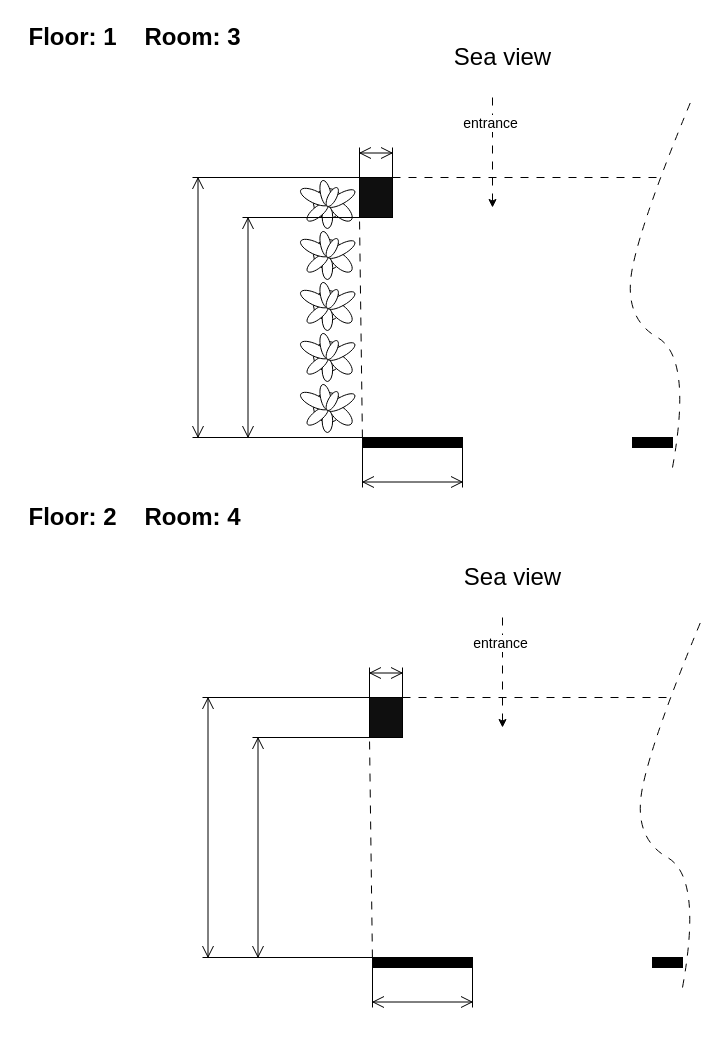
Before: Room 3-4.drawio in hdghg/heaven-balcony, a draw.io diagram. Source tidied: cells renumbered, new cells numbered last; positions are measured from the earlier drawing's top-left corner, leaving out a move shared by most shapes. Both pictures are drawn from the tidied source at 100%, with x=0, y=0 at pixel (22, 17).
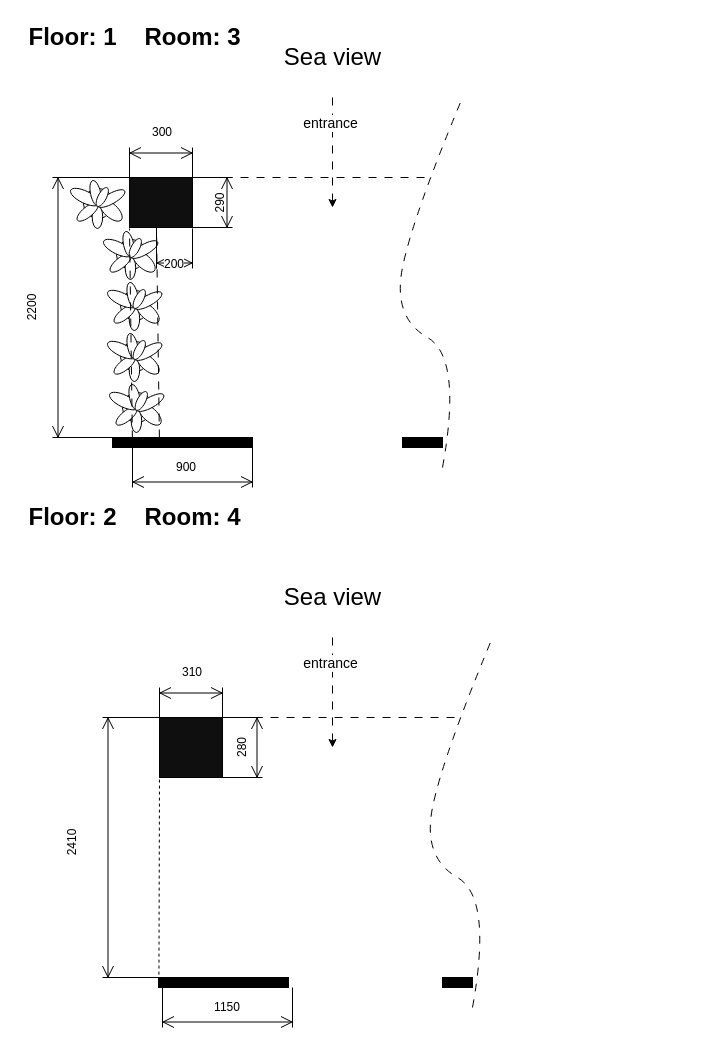
After the change.

The edit, as a diff of the source:
```diff
@@
-    <mxCell id="4" style="verticalLabelPosition=bottom;html=1;verticalAlign=top;align=center;shape=mxgraph.floorplan.plant;" parent="1" vertex="1">
-      <mxGeometry x="280" y="160" width="47" height="51" as="geometry" />
-    </mxCell>
-    <mxCell id="5" style="verticalLabelPosition=bottom;html=1;verticalAlign=top;align=center;shape=mxgraph.floorplan.wall;fillColor=strokeColor;" parent="1" vertex="1">
-      <mxGeometry x="610" y="420" width="40" height="10" as="geometry" />
-    </mxCell>
-    <mxCell id="6" style="verticalLabelPosition=bottom;html=1;verticalAlign=top;align=center;shape=mxgraph.floorplan.plant;" parent="1" vertex="1">
-      <mxGeometry x="280" y="262" width="47" height="51" as="geometry" />
-    </mxCell>
-    <mxCell id="7" style="verticalLabelPosition=bottom;html=1;verticalAlign=top;align=center;shape=mxgraph.floorplan.plant;" parent="1" vertex="1">
-      <mxGeometry x="280" y="211" width="47" height="51" as="geometry" />
-    </mxCell>
-    <mxCell id="8" style="verticalLabelPosition=bottom;html=1;verticalAlign=top;align=center;shape=mxgraph.floorplan.plant;" parent="1" vertex="1">
-      <mxGeometry x="280" y="313" width="47" height="51" as="geometry" />
-    </mxCell>
-    <mxCell id="9" style="verticalLabelPosition=bottom;html=1;verticalAlign=top;align=center;shape=mxgraph.floorplan.wall;fillColor=strokeColor;" parent="1" vertex="1">
-      <mxGeometry x="340" y="420" width="100" height="10" as="geometry" />
-    </mxCell>
-    <mxCell id="10" style="verticalLabelPosition=bottom;html=1;verticalAlign=top;align=center;shape=mxgraph.floorplan.plant;" parent="1" vertex="1">
-      <mxGeometry x="280" y="364" width="47" height="51" as="geometry" />
-    </mxCell>
-    <mxCell id="11" style="rounded=0;whiteSpace=wrap;html=1;fillColor=#0F0F0F;" parent="1" vertex="1">
-      <mxGeometry x="337" y="160" width="33" height="40" as="geometry" />
-    </mxCell>
-    <mxCell id="12" value="Sea view" style="text;strokeColor=none;fillColor=none;html=1;fontSize=24;fontStyle=0;verticalAlign=middle;align=center;" parent="1" vertex="1">
-      <mxGeometry x="430" y="20" width="100" height="40" as="geometry" />
-    </mxCell>
-    <mxCell id="13" style="endArrow=classic;html=1;rounded=0;dashed=1;dashPattern=8 8;" parent="1" edge="1">
-      <mxGeometry relative="1" as="geometry">
-        <mxPoint x="470" y="80" as="sourcePoint" />
-        <mxPoint x="470" y="190" as="targetPoint" />
-      </mxGeometry>
-    </mxCell>
-    <mxCell id="14" value="entrance" style="edgeLabel;html=1;align=center;verticalAlign=middle;fontSize=14;" parent="13" vertex="1">
-      <mxGeometry x="-0.54" y="-3" relative="1" as="geometry" />
-    </mxCell>
-    <mxCell id="15" style="shape=dimension;direction=south;whiteSpace=wrap;html=1;align=left;points=[];verticalAlign=middle;labelBackgroundColor=#ffffff;fillColor=#0F0F0F;" parent="1" vertex="1">
-      <mxGeometry x="170" y="160" width="180" height="260" as="geometry" />
-    </mxCell>
-    <mxCell id="16" style="shape=dimension;direction=west;whiteSpace=wrap;html=1;align=center;verticalAlign=top;spacingTop=-8;labelBackgroundColor=#ffffff;fillColor=#0F0F0F;" parent="1" vertex="1">
-      <mxGeometry x="337" y="130" width="33" height="30" as="geometry" />
-    </mxCell>
-    <mxCell id="17" style="endArrow=none;dashed=1;html=1;rounded=0;dashPattern=8 8;exitX=1;exitY=0;exitDx=0;exitDy=0;" parent="1" edge="1" source="11">
-      <mxGeometry relative="1" as="geometry">
-        <mxPoint x="640" y="160" as="targetPoint" />
-      </mxGeometry>
-    </mxCell>
-    <mxCell id="18" style="endArrow=none;dashed=1;html=1;rounded=0;dashPattern=8 8;entryX=0;entryY=1;entryDx=0;entryDy=0;exitX=1;exitY=0.056;exitDx=0;exitDy=0;exitPerimeter=0;" parent="1" edge="1" source="15" target="11">
-      <mxGeometry relative="1" as="geometry" />
-    </mxCell>
-    <mxCell id="19" style="curved=1;endArrow=none;html=1;rounded=0;dashed=1;dashPattern=8 8;strokeColor=default;endFill=0;" parent="1" edge="1">
-      <mxGeometry relative="1" as="geometry">
-        <mxPoint x="650" y="450" as="sourcePoint" />
-        <mxPoint x="670" y="80" as="targetPoint" />
-        <Array as="points">
-          <mxPoint x="670" y="340" />
-          <mxPoint x="600" y="300" />
-          <mxPoint x="620" y="200" />
-        </Array>
-      </mxGeometry>
-    </mxCell>
     <mxCell id="20" style="verticalLabelPosition=bottom;html=1;verticalAlign=top;align=center;shape=mxgraph.floorplan.wall;fillColor=strokeColor;" parent="1" vertex="1">
-      <mxGeometry x="630" y="940" width="30" height="10" as="geometry" />
+      <mxGeometry x="420" y="960" width="30" height="10" as="geometry" />
     </mxCell>
     <mxCell id="21" style="verticalLabelPosition=bottom;html=1;verticalAlign=top;align=center;shape=mxgraph.floorplan.wall;fillColor=strokeColor;" parent="1" vertex="1">
-      <mxGeometry x="350" y="940" width="100" height="10" as="geometry" />
+      <mxGeometry x="136" y="960" width="130" height="10" as="geometry" />
     </mxCell>
     <mxCell id="22" style="rounded=0;whiteSpace=wrap;html=1;fillColor=#0F0F0F;" parent="1" vertex="1">
-      <mxGeometry x="347" y="680" width="33" height="40" as="geometry" />
+      <mxGeometry x="137" y="700" width="63" height="60" as="geometry" />
     </mxCell>
     <mxCell id="23" value="Sea view" style="text;strokeColor=none;fillColor=none;html=1;fontSize=24;fontStyle=0;verticalAlign=middle;align=center;" parent="1" vertex="1">
-      <mxGeometry x="440" y="540" width="100" height="40" as="geometry" />
+      <mxGeometry x="260" y="560" width="100" height="40" as="geometry" />
     </mxCell>
     <mxCell id="24" style="endArrow=classic;html=1;rounded=0;dashed=1;dashPattern=8 8;" parent="1" edge="1">
       <mxGeometry relative="1" as="geometry">
-        <mxPoint x="480" y="600" as="sourcePoint" />
-        <mxPoint x="480" y="710" as="targetPoint" />
+        <mxPoint x="310" y="620" as="sourcePoint" />
+        <mxPoint x="310" y="730" as="targetPoint" />
       </mxGeometry>
     </mxCell>
@@
     <mxCell id="26" style="shape=dimension;direction=south;whiteSpace=wrap;html=1;align=left;points=[];verticalAlign=middle;labelBackgroundColor=#ffffff;fillColor=#0F0F0F;" parent="1" vertex="1">
-      <mxGeometry x="180" y="680" width="180" height="260" as="geometry" />
+      <mxGeometry x="80" y="700" width="70" height="260" as="geometry" />
     </mxCell>
-    <mxCell id="27" style="shape=dimension;direction=south;whiteSpace=wrap;html=1;align=left;verticalAlign=middle;labelBackgroundColor=#ffffff;fillColor=#0F0F0F;" parent="1" vertex="1">
-      <mxGeometry x="230" y="720" width="120" height="220" as="geometry" />
-    </mxCell>
     <mxCell id="28" style="shape=dimension;direction=west;whiteSpace=wrap;html=1;align=center;verticalAlign=top;spacingTop=-8;labelBackgroundColor=#ffffff;fillColor=#0F0F0F;" parent="1" vertex="1">
-      <mxGeometry x="347" y="650" width="33" height="30" as="geometry" />
+      <mxGeometry x="137" y="670" width="63" height="30" as="geometry" />
     </mxCell>
     <mxCell id="29" style="endArrow=none;dashed=1;html=1;rounded=0;dashPattern=8 8;exitX=1;exitY=0;exitDx=0;exitDy=0;" parent="1" edge="1" source="22">
       <mxGeometry relative="1" as="geometry">
-        <mxPoint x="650" y="680" as="targetPoint" />
+        <mxPoint x="440" y="700" as="targetPoint" />
       </mxGeometry>
     </mxCell>
-    <mxCell id="30" style="endArrow=none;dashed=1;html=1;rounded=0;dashPattern=8 8;entryX=0;entryY=1;entryDx=0;entryDy=0;exitX=1;exitY=0.056;exitDx=0;exitDy=0;exitPerimeter=0;" parent="1" edge="1" source="26" target="22">
-      <mxGeometry relative="1" as="geometry" />
-    </mxCell>
     <mxCell id="31" style="curved=1;endArrow=none;html=1;rounded=0;dashed=1;dashPattern=8 8;strokeColor=default;endFill=0;" parent="1" edge="1">
       <mxGeometry relative="1" as="geometry">
-        <mxPoint x="660" y="970" as="sourcePoint" />
-        <mxPoint x="680" y="600" as="targetPoint" />
+        <mxPoint x="450" y="990" as="sourcePoint" />
+        <mxPoint x="470" y="620" as="targetPoint" />
         <Array as="points">
-          <mxPoint x="680" y="860" />
-          <mxPoint x="610" y="820" />
-          <mxPoint x="630" y="720" />
+          <mxPoint x="470" y="880" />
+          <mxPoint x="400" y="840" />
+          <mxPoint x="420" y="740" />
         </Array>
       </mxGeometry>
     </mxCell>
@@
-    <mxCell id="34" style="shape=dimension;whiteSpace=wrap;html=1;align=center;verticalAlign=bottom;spacingBottom=-5;labelBackgroundColor=#ffffff;fontSize=14;fillColor=#0F0F0F;" parent="1" vertex="1">
-      <mxGeometry x="340" y="430" width="100" height="40" as="geometry" />
-    </mxCell>
-    <mxCell id="35" style="shape=dimension;direction=south;whiteSpace=wrap;html=1;align=left;verticalAlign=middle;labelBackgroundColor=#ffffff;fillColor=#0F0F0F;" parent="1" vertex="1">
-      <mxGeometry x="220" y="200" width="120" height="220" as="geometry" />
-    </mxCell>
     <mxCell id="36" style="shape=dimension;whiteSpace=wrap;html=1;align=center;verticalAlign=bottom;spacingBottom=-5;labelBackgroundColor=#ffffff;fontSize=14;fillColor=#0F0F0F;" parent="1" vertex="1">
-      <mxGeometry x="350" y="950" width="100" height="40" as="geometry" />
+      <mxGeometry x="140" y="970" width="130" height="40" as="geometry" />
     </mxCell>
+    <mxCell id="37" style="verticalLabelPosition=bottom;html=1;verticalAlign=top;align=center;shape=mxgraph.floorplan.plant;" parent="1" vertex="1">
+      <mxGeometry x="50" y="160" width="47" height="51" as="geometry" />
+    </mxCell>
+    <mxCell id="38" style="verticalLabelPosition=bottom;html=1;verticalAlign=top;align=center;shape=mxgraph.floorplan.wall;fillColor=strokeColor;" parent="1" vertex="1">
+      <mxGeometry x="380" y="420" width="40" height="10" as="geometry" />
+    </mxCell>
+    <mxCell id="39" style="verticalLabelPosition=bottom;html=1;verticalAlign=top;align=center;shape=mxgraph.floorplan.plant;" parent="1" vertex="1">
+      <mxGeometry x="87" y="262" width="47" height="51" as="geometry" />
+    </mxCell>
+    <mxCell id="40" style="verticalLabelPosition=bottom;html=1;verticalAlign=top;align=center;shape=mxgraph.floorplan.plant;" parent="1" vertex="1">
+      <mxGeometry x="87" y="313" width="47" height="51" as="geometry" />
+    </mxCell>
+    <mxCell id="41" style="verticalLabelPosition=bottom;html=1;verticalAlign=top;align=center;shape=mxgraph.floorplan.wall;fillColor=strokeColor;" parent="1" vertex="1">
+      <mxGeometry x="90" y="420" width="140" height="10" as="geometry" />
+    </mxCell>
+    <mxCell id="42" style="verticalLabelPosition=bottom;html=1;verticalAlign=top;align=center;shape=mxgraph.floorplan.plant;" parent="1" vertex="1">
+      <mxGeometry x="89" y="364" width="47" height="51" as="geometry" />
+    </mxCell>
+    <mxCell id="43" style="rounded=0;whiteSpace=wrap;html=1;fillColor=#0F0F0F;" parent="1" vertex="1">
+      <mxGeometry x="107" y="160" width="63" height="50" as="geometry" />
+    </mxCell>
+    <mxCell id="12" value="Sea view" style="text;strokeColor=none;fillColor=none;html=1;fontSize=24;fontStyle=0;verticalAlign=middle;align=center;" parent="1" vertex="1">
+      <mxGeometry x="260" y="20" width="100" height="40" as="geometry" />
+    </mxCell>
+    <mxCell id="44" style="endArrow=classic;html=1;rounded=0;dashed=1;dashPattern=8 8;" parent="1" edge="1">
+      <mxGeometry relative="1" as="geometry">
+        <mxPoint x="310" y="80" as="sourcePoint" />
+        <mxPoint x="310" y="190" as="targetPoint" />
+      </mxGeometry>
+    </mxCell>
+    <mxCell id="14" value="entrance" style="edgeLabel;html=1;align=center;verticalAlign=middle;fontSize=14;" parent="44" vertex="1">
+      <mxGeometry x="-0.54" y="-3" relative="1" as="geometry" />
+    </mxCell>
+    <mxCell id="45" style="shape=dimension;direction=south;whiteSpace=wrap;html=1;align=left;verticalAlign=middle;labelBackgroundColor=#ffffff;fillColor=#0F0F0F;" parent="1" vertex="1">
+      <mxGeometry x="30" y="160" width="90" height="260" as="geometry" />
+    </mxCell>
+    <mxCell id="46" style="shape=dimension;direction=west;whiteSpace=wrap;html=1;align=center;verticalAlign=top;spacingTop=-8;labelBackgroundColor=#ffffff;fillColor=#0F0F0F;" parent="1" vertex="1">
+      <mxGeometry x="107" y="130" width="63" height="30" as="geometry" />
+    </mxCell>
+    <mxCell id="47" style="endArrow=none;dashed=1;html=1;rounded=0;dashPattern=8 8;exitX=1;exitY=0;exitDx=0;exitDy=0;" parent="1" edge="1" source="43">
+      <mxGeometry relative="1" as="geometry">
+        <mxPoint x="410" y="160" as="targetPoint" />
+      </mxGeometry>
+    </mxCell>
+    <mxCell id="48" style="curved=1;endArrow=none;html=1;rounded=0;dashed=1;dashPattern=8 8;strokeColor=default;endFill=0;" parent="1" edge="1">
+      <mxGeometry relative="1" as="geometry">
+        <mxPoint x="420" y="450" as="sourcePoint" />
+        <mxPoint x="440" y="80" as="targetPoint" />
+        <Array as="points">
+          <mxPoint x="440" y="340" />
+          <mxPoint x="370" y="300" />
+          <mxPoint x="390" y="200" />
+        </Array>
+      </mxGeometry>
+    </mxCell>
+    <mxCell id="49" style="shape=dimension;whiteSpace=wrap;html=1;align=center;verticalAlign=bottom;spacingBottom=-5;labelBackgroundColor=#ffffff;fontSize=14;fillColor=#0F0F0F;" parent="1" vertex="1">
+      <mxGeometry x="110" y="430" width="120" height="40" as="geometry" />
+    </mxCell>
+    <mxCell id="50" value="2200" style="text;html=1;strokeColor=none;fillColor=none;align=center;verticalAlign=middle;whiteSpace=wrap;rounded=0;rotation=270;" parent="1" vertex="1">
+      <mxGeometry x="-20" y="275" width="60" height="30" as="geometry" />
+    </mxCell>
+    <mxCell id="51" style="endArrow=none;dashed=1;html=1;rounded=0;dashPattern=8 8;entryX=0;entryY=1;entryDx=0;entryDy=0;exitX=1;exitY=0.056;exitDx=0;exitDy=0;exitPerimeter=0;" parent="1" edge="1">
+      <mxGeometry relative="1" as="geometry">
+        <mxPoint x="136.9" y="420" as="sourcePoint" />
+        <mxPoint x="134" y="210" as="targetPoint" />
+      </mxGeometry>
+    </mxCell>
+    <mxCell id="52" style="verticalLabelPosition=bottom;html=1;verticalAlign=top;align=center;shape=mxgraph.floorplan.plant;" parent="1" vertex="1">
+      <mxGeometry x="83" y="211" width="47" height="51" as="geometry" />
+    </mxCell>
+    <mxCell id="53" value="300" style="text;html=1;strokeColor=none;fillColor=none;align=center;verticalAlign=middle;whiteSpace=wrap;rounded=0;" parent="1" vertex="1">
+      <mxGeometry x="110" y="100" width="60" height="30" as="geometry" />
+    </mxCell>
+    <mxCell id="54" value="900" style="text;html=1;strokeColor=none;fillColor=none;align=center;verticalAlign=middle;whiteSpace=wrap;rounded=0;" parent="1" vertex="1">
+      <mxGeometry x="134" y="435" width="60" height="30" as="geometry" />
+    </mxCell>
+    <mxCell id="55" value="200" style="shape=dimension;whiteSpace=wrap;html=1;align=center;verticalAlign=bottom;spacingBottom=-5;labelBackgroundColor=#ffffff;" parent="1" vertex="1">
+      <mxGeometry x="134" y="211" width="36" height="40" as="geometry" />
+    </mxCell>
+    <mxCell id="56" style="endArrow=none;dashed=1;html=1;rounded=0;dashPattern=8 8;entryX=0;entryY=1;entryDx=0;entryDy=0;exitX=1;exitY=0.056;exitDx=0;exitDy=0;exitPerimeter=0;" parent="1" edge="1">
+      <mxGeometry relative="1" as="geometry">
+        <mxPoint x="109.9" y="421" as="sourcePoint" />
+        <mxPoint x="107" y="211" as="targetPoint" />
+      </mxGeometry>
+    </mxCell>
+    <mxCell id="57" style="shape=dimension;direction=north;whiteSpace=wrap;html=1;align=right;verticalAlign=middle;labelBackgroundColor=#ffffff;" parent="1" vertex="1">
+      <mxGeometry x="170" y="160" width="40" height="50" as="geometry" />
+    </mxCell>
+    <mxCell id="58" value="290" style="text;html=1;strokeColor=none;fillColor=none;align=center;verticalAlign=middle;whiteSpace=wrap;rounded=0;rotation=270;" parent="1" vertex="1">
+      <mxGeometry x="167" y="170.5" width="60" height="30" as="geometry" />
+    </mxCell>
+    <mxCell id="59" value="310" style="text;html=1;strokeColor=none;fillColor=none;align=center;verticalAlign=middle;whiteSpace=wrap;rounded=0;" parent="1" vertex="1">
+      <mxGeometry x="140" y="640" width="60" height="30" as="geometry" />
+    </mxCell>
+    <mxCell id="60" style="shape=dimension;direction=north;whiteSpace=wrap;html=1;align=right;verticalAlign=middle;labelBackgroundColor=#ffffff;" parent="1" vertex="1">
+      <mxGeometry x="200" y="700" width="40" height="60" as="geometry" />
+    </mxCell>
+    <mxCell id="61" value="280" style="text;html=1;strokeColor=none;fillColor=none;align=center;verticalAlign=middle;whiteSpace=wrap;rounded=0;rotation=270;" parent="1" vertex="1">
+      <mxGeometry x="190" y="715" width="60" height="30" as="geometry" />
+    </mxCell>
+    <mxCell id="62" value="2410" style="text;html=1;strokeColor=none;fillColor=none;align=center;verticalAlign=middle;whiteSpace=wrap;rounded=0;rotation=270;" parent="1" vertex="1">
+      <mxGeometry x="20" y="810" width="60" height="30" as="geometry" />
+    </mxCell>
+    <mxCell id="30" style="endArrow=none;dashed=1;html=1;rounded=0;entryX=0;entryY=1;entryDx=0;entryDy=0;exitX=1.012;exitY=0.194;exitDx=0;exitDy=0;exitPerimeter=0;" parent="1" edge="1" source="26" target="22">
+      <mxGeometry relative="1" as="geometry" />
+    </mxCell>
+    <mxCell id="63" value="1150" style="text;html=1;strokeColor=none;fillColor=none;align=center;verticalAlign=middle;whiteSpace=wrap;rounded=0;" parent="1" vertex="1">
+      <mxGeometry x="175" y="975" width="60" height="30" as="geometry" />
+    </mxCell>
```
